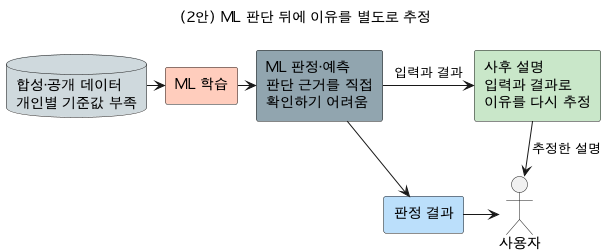
Before: docs/img/dp-01-explainability-counter-simple.png, a diagram exported from PlantUML (tenyearslove/zone2runner).
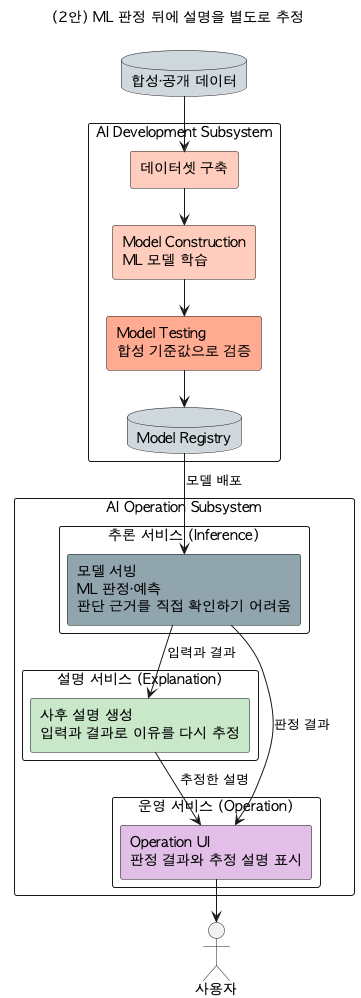
The same diagram one commit later.

The edit, as a diff of the source:
```diff
@@ -1,26 +1,45 @@
 @startuml
 !pragma layout smetana
-title (2안) ML 판단 뒤에 이유를 별도로 추정
+title (2안) ML 판정 뒤에 설명을 별도로 추정
 
 skinparam defaultFontName "AppleGothic"
 skinparam componentStyle rectangle
+skinparam packageStyle rectangle
 skinparam shadowing false
 skinparam linetype ortho
 skinparam nodesep 24
 skinparam ranksep 28
 top to bottom direction
 
-database "합성·공개 데이터\n개인별 기준값 부족" as DATA #CFD8DC
-component "ML 학습" as TRAIN #FFCCBC
-component "ML 판정·예측\n판단 근거를 직접\n확인하기 어려움" as MODEL #90A4AE
-component "판정 결과" as RESULT #BBDEFB
-component "사후 설명\n입력과 결과로\n이유를 다시 추정" as POST #C8E6C9
+database "합성·공개 데이터" as SOURCE #CFD8DC
 actor "사용자" as USER
 
-DATA -right-> TRAIN
-TRAIN -right-> MODEL
-MODEL -down-> RESULT
-MODEL -right-> POST : 입력과 결과
-RESULT -right-> USER
-POST -down-> USER : 추정한 설명
+package "AI Development Subsystem" {
+  component "데이터셋 구축" as DATASET #FFCCBC
+  component "Model Construction\nML 모델 학습" as TRAIN #FFCCBC
+  component "Model Testing\n합성 기준값으로 검증" as TEST #FFAB91
+  database "Model Registry" as REGISTRY #CFD8DC
+  DATASET --> TRAIN
+  TRAIN --> TEST
+  TEST --> REGISTRY
+}
+
+package "AI Operation Subsystem" {
+  package "추론 서비스 (Inference)" {
+    component "모델 서빙\nML 판정·예측\n판단 근거를 직접 확인하기 어려움" as MODEL #90A4AE
+  }
+  package "설명 서비스 (Explanation)" {
+    component "사후 설명 생성\n입력과 결과로 이유를 다시 추정" as POST #C8E6C9
+  }
+  package "운영 서비스 (Operation)" {
+    component "Operation UI\n판정 결과와 추정 설명 표시" as UI #E1BEE7
+  }
+}
+
+SOURCE --> DATASET
+REGISTRY --> MODEL : 모델 배포
+MODEL --> POST : 입력과 결과
+MODEL --> UI : 판정 결과
+POST --> UI : 추정한 설명
+UI --> USER
 @enduml
```
